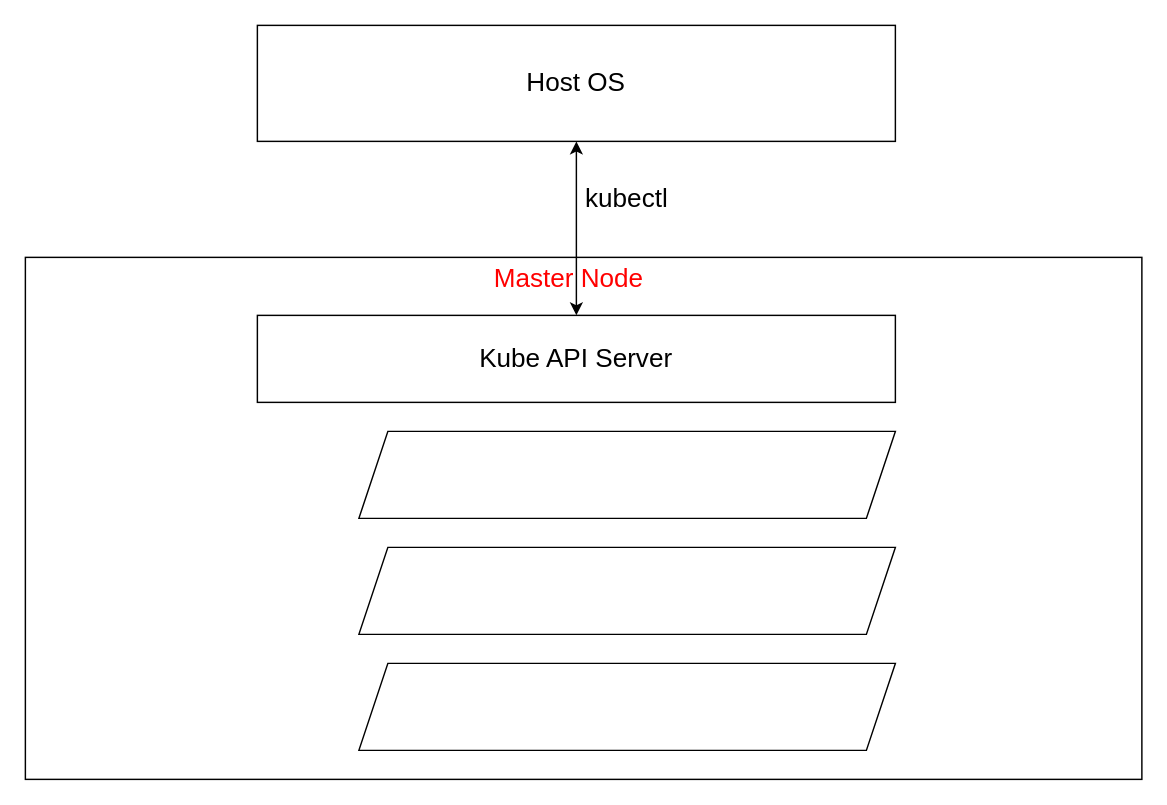
Above: 3.11/k8s-for-3.11.drawio in leprecon73/devopswithdocker (draw.io), before the change. Source tidied: cells renumbered, new cells numbered last; positions are measured from the earlier drawing's top-left corner, leaving out a move shared by most shapes. Both pictures are drawn from the tidied source at 145%, with x=0, y=0 at pixel (25, 25).
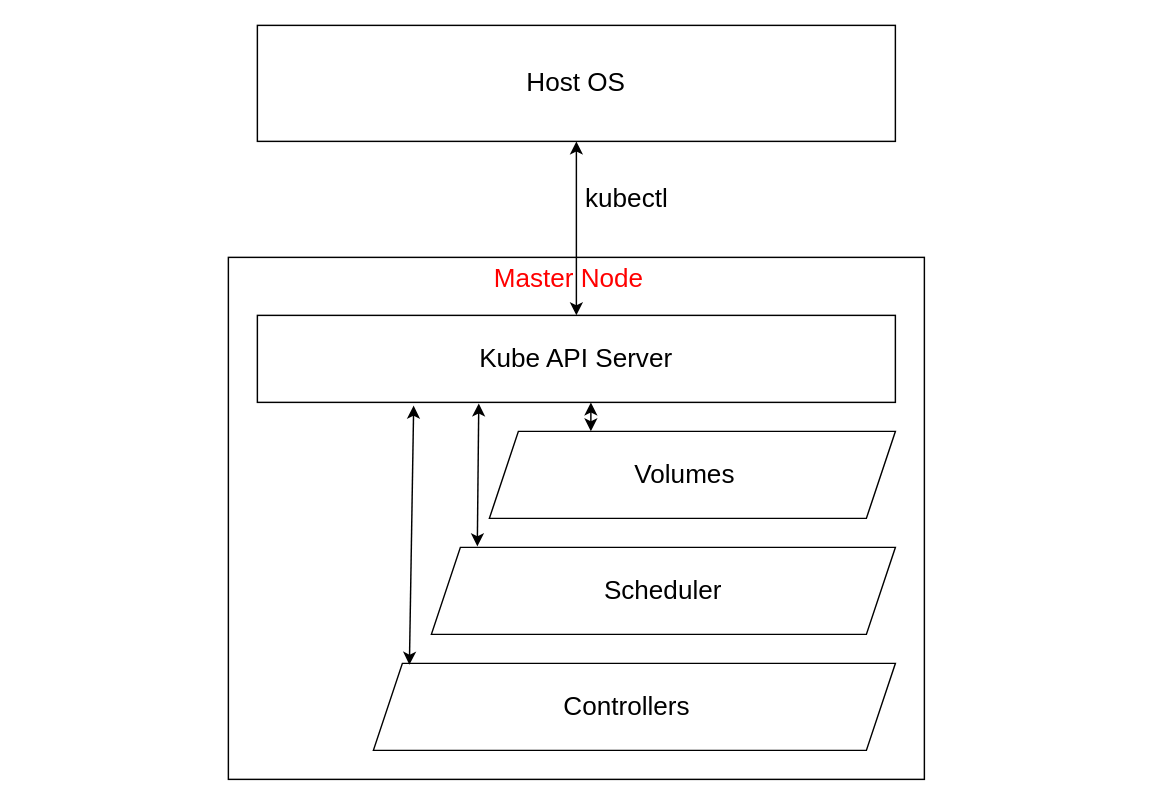
After the change.

Diff of the diagram source:
```diff
@@
 <mxGraphModel>
   <root>
     <mxCell id="0" />
     <mxCell id="1" parent="0" />
     <mxCell id="2" style="rounded=0;whiteSpace=wrap;html=1;" parent="1" vertex="1">
       <mxGeometry x="160" width="440" height="80" as="geometry" />
     </mxCell>
     <mxCell id="3" value="&lt;font style=&quot;font-size: 18px;&quot;&gt;Host OS&lt;/font&gt;" style="text;html=1;strokeColor=none;fillColor=none;align=center;verticalAlign=middle;whiteSpace=wrap;rounded=0;" parent="1" vertex="1">
       <mxGeometry x="160" width="440" height="80" as="geometry" />
     </mxCell>
     <mxCell id="4" value="&lt;font style=&quot;font-size: 18px;&quot;&gt;kubectl&lt;/font&gt;" style="text;html=1;strokeColor=none;fillColor=none;align=center;verticalAlign=middle;whiteSpace=wrap;rounded=0;" parent="1" vertex="1">
       <mxGeometry x="340" y="90" width="150" height="60" as="geometry" />
     </mxCell>
     <mxCell id="5" style="rounded=0;whiteSpace=wrap;html=1;" parent="1" vertex="1">
-      <mxGeometry y="160" width="770" height="360" as="geometry" />
+      <mxGeometry x="140" y="160" width="480" height="360" as="geometry" />
     </mxCell>
     <mxCell id="6" value="&lt;font color=&quot;#ff0000&quot; style=&quot;font-size: 18px;&quot;&gt;Master Node&lt;/font&gt;" style="text;html=1;strokeColor=none;fillColor=none;align=center;verticalAlign=middle;whiteSpace=wrap;rounded=0;" parent="1" vertex="1">
       <mxGeometry y="160" width="750" height="30" as="geometry" />
     </mxCell>
     <mxCell id="7" style="rounded=0;whiteSpace=wrap;html=1;" parent="1" vertex="1">
       <mxGeometry x="160" y="200" width="440" height="60" as="geometry" />
     </mxCell>
     <mxCell id="8" value="&lt;font style=&quot;font-size: 18px;&quot;&gt;Kube API Server&lt;/font&gt;" style="text;html=1;strokeColor=none;fillColor=none;align=center;verticalAlign=middle;whiteSpace=wrap;rounded=0;" parent="1" vertex="1">
       <mxGeometry x="180" y="215" width="400" height="30" as="geometry" />
     </mxCell>
     <mxCell id="9" style="endArrow=classic;startArrow=classic;html=1;rounded=0;exitX=0.5;exitY=1;exitDx=0;exitDy=0;" parent="1" edge="1" source="3" target="7">
       <mxGeometry relative="1" as="geometry" />
     </mxCell>
     <mxCell id="10" style="shape=parallelogram;perimeter=parallelogramPerimeter;whiteSpace=wrap;html=1;fixedSize=1;" parent="1" vertex="1">
-      <mxGeometry x="230" y="280" width="370" height="60" as="geometry" />
+      <mxGeometry x="320" y="280" width="280" height="60" as="geometry" />
     </mxCell>
     <mxCell id="11" style="shape=parallelogram;perimeter=parallelogramPerimeter;whiteSpace=wrap;html=1;fixedSize=1;" parent="1" vertex="1">
-      <mxGeometry x="230" y="360" width="370" height="60" as="geometry" />
+      <mxGeometry x="280" y="360" width="320" height="60" as="geometry" />
     </mxCell>
     <mxCell id="12" style="shape=parallelogram;perimeter=parallelogramPerimeter;whiteSpace=wrap;html=1;fixedSize=1;" parent="1" vertex="1">
-      <mxGeometry x="230" y="440" width="370" height="60" as="geometry" />
+      <mxGeometry x="240" y="440" width="360" height="60" as="geometry" />
     </mxCell>
+    <mxCell id="13" value="&lt;font style=&quot;font-size: 18px;&quot;&gt;Volumes&lt;/font&gt;" style="text;html=1;strokeColor=none;fillColor=none;align=center;verticalAlign=middle;whiteSpace=wrap;rounded=0;" parent="1" vertex="1">
+      <mxGeometry x="330" y="295" width="250" height="30" as="geometry" />
+    </mxCell>
+    <mxCell id="14" value="&lt;font style=&quot;font-size: 18px;&quot;&gt;Scheduler&lt;/font&gt;" style="text;html=1;strokeColor=none;fillColor=none;align=center;verticalAlign=middle;whiteSpace=wrap;rounded=0;" parent="1" vertex="1">
+      <mxGeometry x="300" y="375" width="280" height="30" as="geometry" />
+    </mxCell>
+    <mxCell id="15" value="&lt;font style=&quot;font-size: 18px;&quot;&gt;Controllers&lt;/font&gt;" style="text;html=1;strokeColor=none;fillColor=none;align=center;verticalAlign=middle;whiteSpace=wrap;rounded=0;" parent="1" vertex="1">
+      <mxGeometry x="250" y="455" width="330" height="30" as="geometry" />
+    </mxCell>
+    <mxCell id="16" style="endArrow=classic;startArrow=classic;html=1;rounded=0;entryX=0.25;entryY=0;entryDx=0;entryDy=0;" parent="1" edge="1" target="10">
+      <mxGeometry relative="1" as="geometry">
+        <mxPoint x="390" y="260" as="sourcePoint" />
+      </mxGeometry>
+    </mxCell>
+    <mxCell id="17" style="endArrow=classic;startArrow=classic;html=1;rounded=0;exitX=0.099;exitY=-0.011;exitDx=0;exitDy=0;exitPerimeter=0;entryX=0.347;entryY=1.012;entryDx=0;entryDy=0;entryPerimeter=0;" parent="1" edge="1" source="11" target="7">
+      <mxGeometry relative="1" as="geometry" />
+    </mxCell>
+    <mxCell id="18" style="endArrow=classic;startArrow=classic;html=1;rounded=0;entryX=0.069;entryY=0.017;entryDx=0;entryDy=0;entryPerimeter=0;exitX=0.245;exitY=1.037;exitDx=0;exitDy=0;exitPerimeter=0;" parent="1" edge="1" source="7" target="12">
+      <mxGeometry relative="1" as="geometry" />
+    </mxCell>
   </root>
 </mxGraphModel>
```
